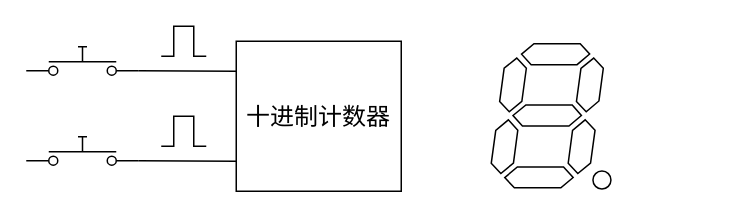
zeandon/draw.io keeps this draw.io diagram as page "电路图" (1 of 2) of 十进制计数器_实验指导书.drawio. Above is the earlier version. Source tidied: cells renumbered, new cells numbered last; positions are measured from the earlier drawing's top-left corner, leaving out a move shared by most shapes. Both pictures are drawn from the tidied source at 150%, with x=0, y=0 at pixel (26, 26).
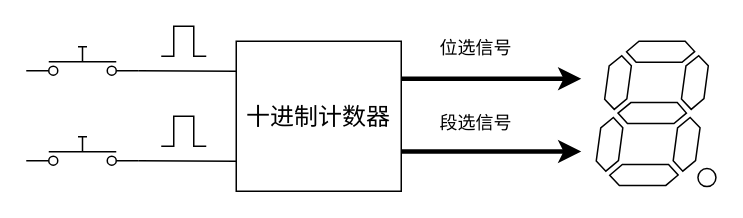
Above is the later version.

Commit message (it also covers changes not shown here):
更新十进制计数器_实验指导书.drawio

Change to the diagram source:
```diff
@@
 <mxGraphModel>
   <root>
     <mxCell id="0" />
     <mxCell id="1" parent="0" />
     <mxCell id="2" value="&lt;font style=&quot;font-size: 16px;&quot;&gt;十进制计数器&lt;/font&gt;" style="rounded=0;whiteSpace=wrap;html=1;" parent="1" vertex="1">
       <mxGeometry x="140" y="10" width="110" height="100" as="geometry" />
     </mxCell>
     <mxCell id="3" style="html=1;shape=mxgraph.electrical.electro-mechanical.pushbutton;elSwitchState=off;" parent="1" vertex="1">
       <mxGeometry y="13.6" width="75" height="20" as="geometry" />
     </mxCell>
     <mxCell id="4" style="verticalLabelPosition=bottom;shadow=0;dashed=0;align=center;html=1;verticalAlign=top;shape=mxgraph.electrical.waveforms.pulse_1;" parent="1" vertex="1">
       <mxGeometry x="90" width="30" height="20" as="geometry" />
     </mxCell>
-    <mxCell id="5" style="verticalLabelPosition=bottom;shadow=0;dashed=0;align=center;html=1;verticalAlign=top;shape=mxgraph.electrical.opto_electronics.7_segment_display_with_dp;" parent="1" vertex="1">
-      <mxGeometry x="310" y="11.6" width="79.8" height="96.9" as="geometry" />
-    </mxCell>
     <mxCell id="6" style="endArrow=none;html=1;rounded=0;exitX=1;exitY=0.8;exitDx=0;exitDy=0;" parent="1" edge="1" source="3">
       <mxGeometry relative="1" as="geometry">
         <mxPoint x="140" y="30" as="targetPoint" />
       </mxGeometry>
     </mxCell>
     <mxCell id="7" style="html=1;shape=mxgraph.electrical.electro-mechanical.pushbutton;elSwitchState=off;" parent="1" vertex="1">
       <mxGeometry y="73.6" width="75" height="20" as="geometry" />
     </mxCell>
     <mxCell id="8" style="verticalLabelPosition=bottom;shadow=0;dashed=0;align=center;html=1;verticalAlign=top;shape=mxgraph.electrical.waveforms.pulse_1;" parent="1" vertex="1">
       <mxGeometry x="90" y="60" width="30" height="20" as="geometry" />
     </mxCell>
     <mxCell id="9" style="endArrow=none;html=1;rounded=0;exitX=1;exitY=0.8;exitDx=0;exitDy=0;" parent="1" edge="1" source="7">
       <mxGeometry relative="1" as="geometry">
         <mxPoint x="140" y="90" as="targetPoint" />
       </mxGeometry>
     </mxCell>
+    <mxCell id="10" style="endArrow=classic;html=1;rounded=0;exitX=1;exitY=0.25;exitDx=0;exitDy=0;strokeWidth=3;" parent="1" edge="1" source="2">
+      <mxGeometry relative="1" as="geometry">
+        <mxPoint x="370" y="35" as="targetPoint" />
+      </mxGeometry>
+    </mxCell>
+    <mxCell id="11" style="endArrow=classic;html=1;rounded=0;exitX=1;exitY=0.25;exitDx=0;exitDy=0;strokeWidth=3;" parent="1" edge="1">
+      <mxGeometry relative="1" as="geometry">
+        <mxPoint x="250" y="83.5" as="sourcePoint" />
+        <mxPoint x="370" y="83.5" as="targetPoint" />
+      </mxGeometry>
+    </mxCell>
+    <mxCell id="12" style="verticalLabelPosition=bottom;shadow=0;dashed=0;align=center;html=1;verticalAlign=top;shape=mxgraph.electrical.opto_electronics.7_segment_display_with_dp;" parent="1" vertex="1">
+      <mxGeometry x="380" y="10" width="79.8" height="96.9" as="geometry" />
+    </mxCell>
+    <mxCell id="13" value="位选信号" style="text;html=1;whiteSpace=wrap;strokeColor=none;fillColor=none;align=center;verticalAlign=middle;rounded=0;" parent="1" vertex="1">
+      <mxGeometry x="270" width="60" height="30" as="geometry" />
+    </mxCell>
+    <mxCell id="14" value="段选信号" style="text;html=1;whiteSpace=wrap;strokeColor=none;fillColor=none;align=center;verticalAlign=middle;rounded=0;" parent="1" vertex="1">
+      <mxGeometry x="270" y="50" width="60" height="30" as="geometry" />
+    </mxCell>
   </root>
 </mxGraphModel>
```
